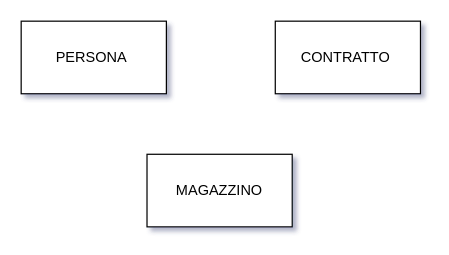
Above: 2)Progettazione concettuale/IDENTIFICAZIONE DELLE ENTITA’ E RELAZIONI FONDAMENTALI.drawio in mikecostanzi/ProgettoBasiDati (draw.io), before the change. Source tidied: cells renumbered, new cells numbered last; positions are measured from the earlier drawing's top-left corner, leaving out a move shared by most shapes. Both pictures are drawn from the tidied source at 121%, with x=0, y=0 at pixel (21, 21).
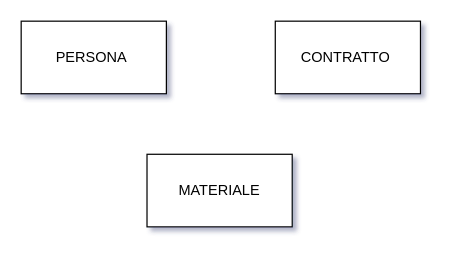
After the change.

What changed in the source:
```diff
@@
 <mxGraphModel shadow="1">
   <root>
     <mxCell id="0" />
     <mxCell id="1" parent="0" />
     <mxCell id="2" value="PERSONA&amp;nbsp;" style="rounded=0;whiteSpace=wrap;html=1;" parent="1" vertex="1">
       <mxGeometry width="120" height="60" as="geometry" />
     </mxCell>
     <mxCell id="3" value="CONTRATTO&amp;nbsp;" style="rounded=0;whiteSpace=wrap;html=1;" parent="1" vertex="1">
       <mxGeometry x="210" width="120" height="60" as="geometry" />
     </mxCell>
-    <mxCell id="4" value="MAGAZZINO" style="rounded=0;whiteSpace=wrap;html=1;" parent="1" vertex="1">
+    <mxCell id="4" value="MATERIALE" style="rounded=0;whiteSpace=wrap;html=1;" parent="1" vertex="1">
       <mxGeometry x="104" y="110" width="120" height="60" as="geometry" />
     </mxCell>
   </root>
 </mxGraphModel>
```
